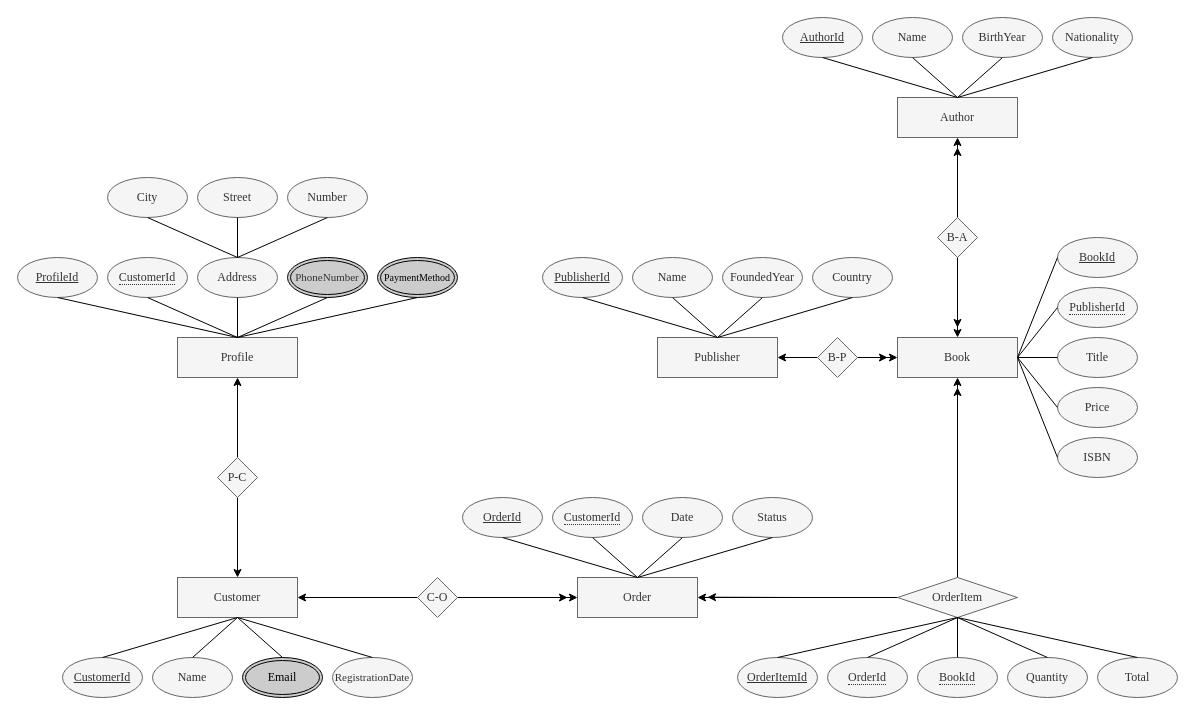
The draw.io diagram WO02D7_XMLTask/WO02D7_ER.drawio in oroszpeter97/WO02D7WebXML, before the edit. Source tidied: cells renumbered, new cells numbered last; positions are measured from the earlier drawing's top-left corner, leaving out a move shared by most shapes. Both pictures are drawn from the tidied source at 100%, with x=0, y=0 at pixel (17, 17).
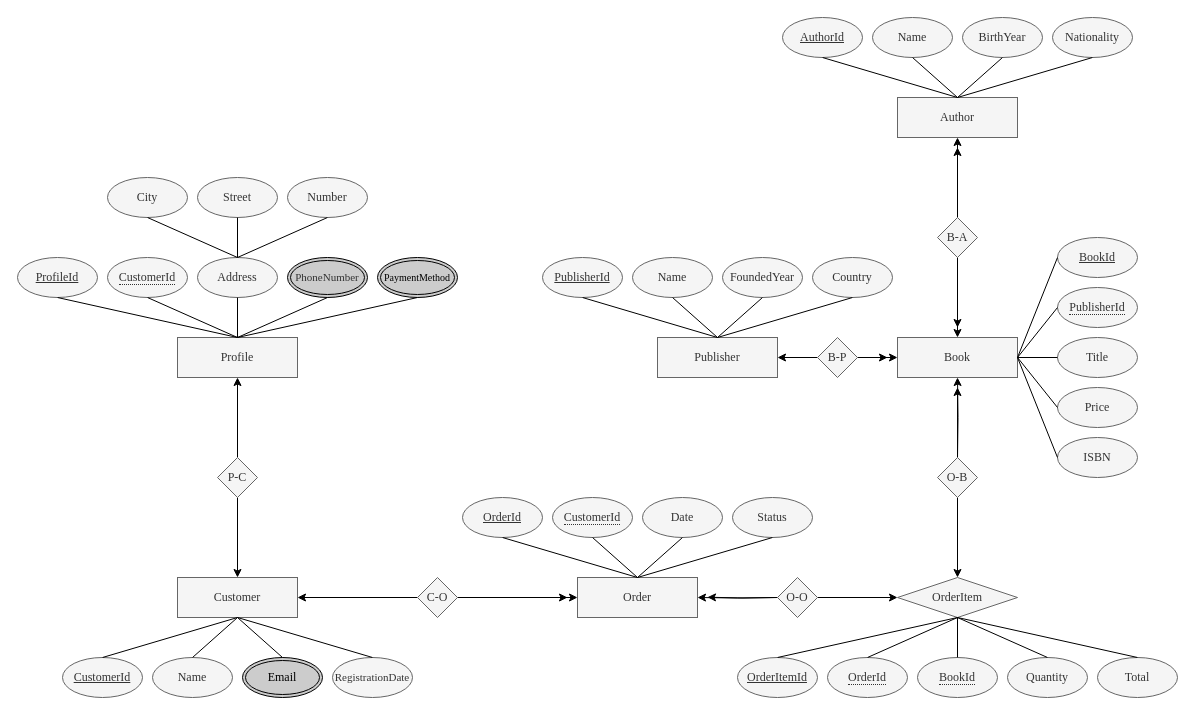
After the change.

The change refers to these unchanged cells:
```xml
<mxCell id="5" value="Order" style="rounded=0;whiteSpace=wrap;html=1;fontFamily=Times New Roman;fillColor=#f5f5f5;fontColor=#333333;strokeColor=#666666;" parent="1" vertex="1">
  <mxGeometry x="560" y="560" width="120" height="40" as="geometry" />
</mxCell>
<mxCell id="18" value="OrderItem" style="rhombus;whiteSpace=wrap;html=1;fontFamily=Times New Roman;fillColor=#f5f5f5;fontColor=#333333;strokeColor=#666666;" parent="1" vertex="1">
  <mxGeometry x="880" y="560" width="120" height="40" as="geometry" />
</mxCell>
<mxCell id="45" value="Book" style="rounded=0;whiteSpace=wrap;html=1;fontFamily=Times New Roman;fillColor=#f5f5f5;fontColor=#333333;strokeColor=#666666;" parent="1" vertex="1">
  <mxGeometry x="880" y="320" width="120" height="40" as="geometry" />
</mxCell>
```

Diff of the diagram source:
```diff
@@
-    <mxCell id="14" style="edgeStyle=orthogonalEdgeStyle;rounded=0;jettySize=auto;html=1;exitX=0;exitY=0.5;exitDx=0;exitDy=0;entryX=1;entryY=0.5;entryDx=0;entryDy=0;fontFamily=Times New Roman;" parent="1" edge="1" source="18" target="5">
-      <mxGeometry relative="1" as="geometry" />
+    <mxCell id="14" style="edgeStyle=orthogonalEdgeStyle;rounded=0;jettySize=auto;html=1;entryX=1;entryY=0.5;entryDx=0;entryDy=0;fontFamily=Times New Roman;" parent="1" edge="1" target="5">
+      <mxGeometry relative="1" as="geometry">
+        <mxPoint x="760" y="580" as="sourcePoint" />
+      </mxGeometry>
     </mxCell>
-    <mxCell id="15" style="edgeStyle=orthogonalEdgeStyle;rounded=0;jettySize=auto;html=1;exitX=0.5;exitY=0;exitDx=0;exitDy=0;entryX=0.5;entryY=1;entryDx=0;entryDy=0;" parent="1" edge="1" source="18" target="45">
-      <mxGeometry relative="1" as="geometry" />
+    <mxCell id="15" style="edgeStyle=orthogonalEdgeStyle;rounded=0;jettySize=auto;html=1;entryX=0.5;entryY=1;entryDx=0;entryDy=0;" parent="1" edge="1" target="45">
+      <mxGeometry relative="1" as="geometry">
+        <mxPoint x="940" y="440" as="sourcePoint" />
+      </mxGeometry>
     </mxCell>
-    <mxCell id="16" style="edgeStyle=orthogonalEdgeStyle;rounded=0;jettySize=auto;html=1;exitX=0.5;exitY=0;exitDx=0;exitDy=0;" parent="1" edge="1" source="18">
+    <mxCell id="16" style="edgeStyle=orthogonalEdgeStyle;rounded=0;orthogonalLoop=1;jettySize=auto;html=1;" parent="1" edge="1">
       <mxGeometry relative="1" as="geometry">
+        <mxPoint x="940" y="440" as="sourcePoint" />
         <mxPoint x="940" y="370" as="targetPoint" />
       </mxGeometry>
     </mxCell>
-    <mxCell id="17" style="edgeStyle=orthogonalEdgeStyle;rounded=0;jettySize=auto;html=1;exitX=0;exitY=0.5;exitDx=0;exitDy=0;" parent="1" edge="1" source="18">
+    <mxCell id="17" style="edgeStyle=orthogonalEdgeStyle;rounded=0;orthogonalLoop=1;jettySize=auto;html=1;" parent="1" edge="1">
       <mxGeometry relative="1" as="geometry">
+        <mxPoint x="760" y="580" as="sourcePoint" />
         <mxPoint x="690" y="579.7" as="targetPoint" />
       </mxGeometry>
     </mxCell>
@@
+    <mxCell id="97" style="edgeStyle=orthogonalEdgeStyle;rounded=0;jettySize=auto;html=1;exitX=1;exitY=0.5;exitDx=0;exitDy=0;entryX=0;entryY=0.5;entryDx=0;entryDy=0;" parent="1" edge="1" source="98" target="18">
+      <mxGeometry relative="1" as="geometry" />
+    </mxCell>
+    <mxCell id="98" value="O-O" style="rhombus;whiteSpace=wrap;html=1;fontFamily=Times New Roman;fillColor=#f5f5f5;fontColor=#333333;strokeColor=#666666;" parent="1" vertex="1">
+      <mxGeometry x="760" y="560" width="40" height="40" as="geometry" />
+    </mxCell>
+    <mxCell id="99" style="edgeStyle=orthogonalEdgeStyle;rounded=0;jettySize=auto;html=1;exitX=1;exitY=0.5;exitDx=0;exitDy=0;entryX=0.5;entryY=0;entryDx=0;entryDy=0;" parent="1" edge="1" source="100" target="18">
+      <mxGeometry relative="1" as="geometry" />
+    </mxCell>
+    <mxCell id="100" value="O-B" style="rhombus;whiteSpace=wrap;html=1;fontFamily=Times New Roman;fillColor=#f5f5f5;fontColor=#333333;strokeColor=#666666;direction=south;" parent="1" vertex="1">
+      <mxGeometry x="920" y="440" width="40" height="40" as="geometry" />
+    </mxCell>
```
